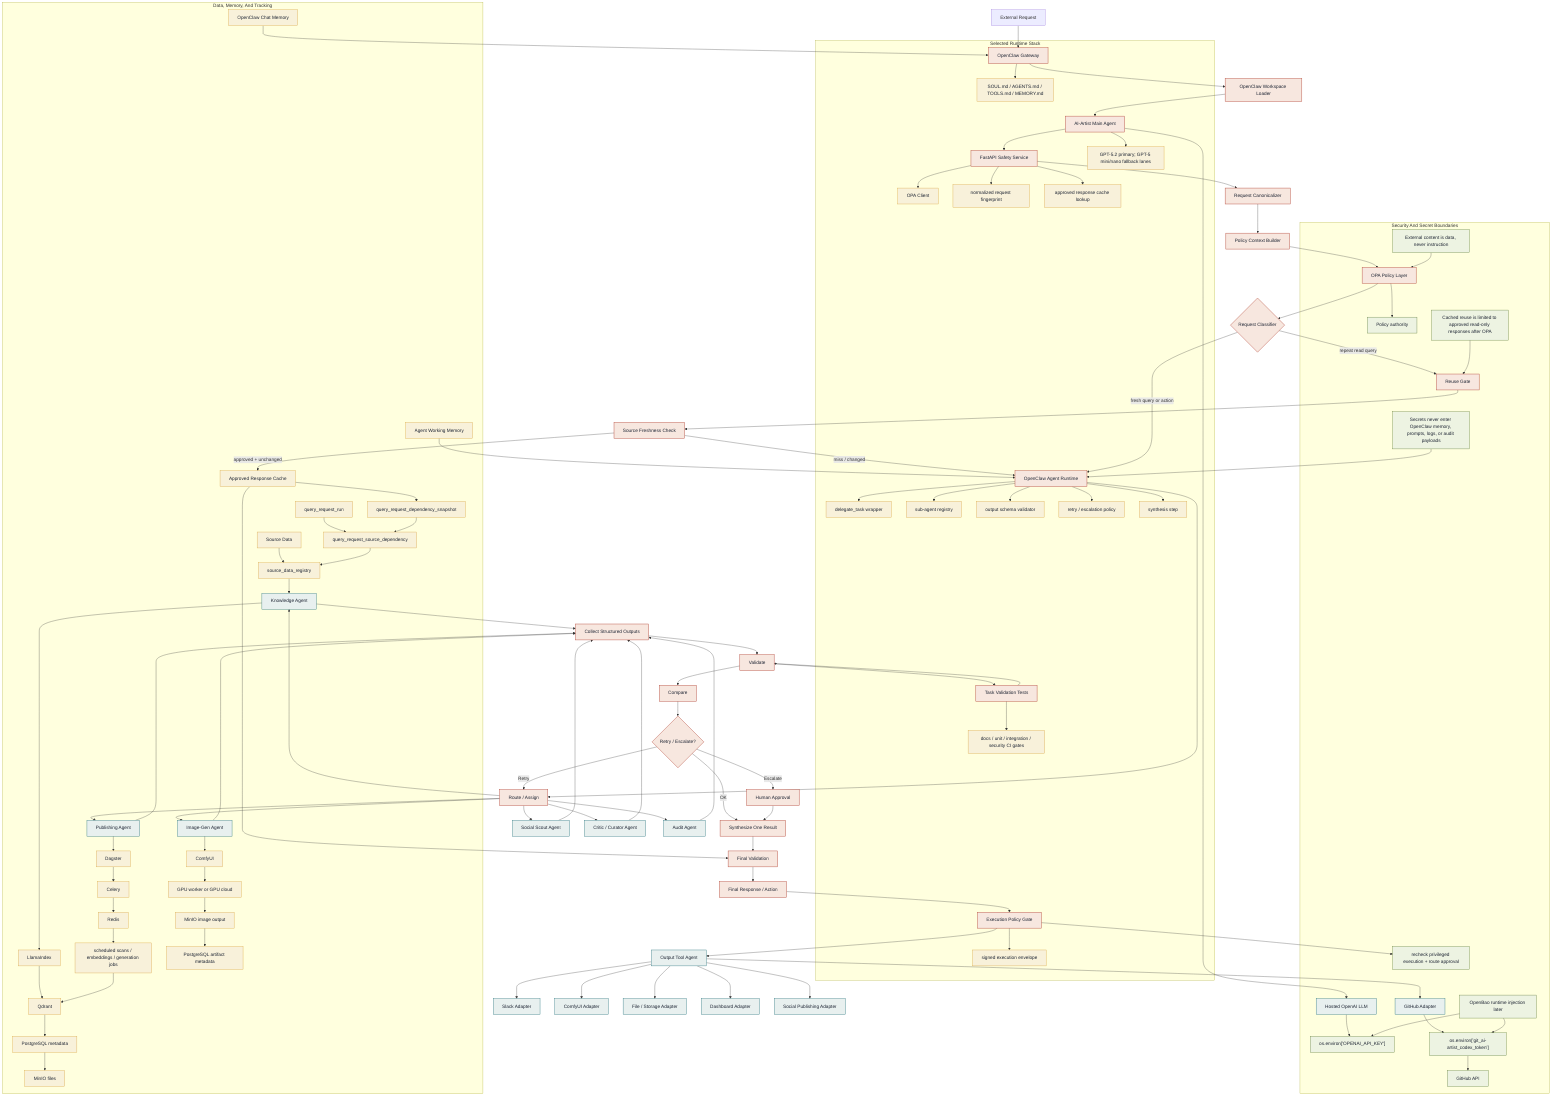
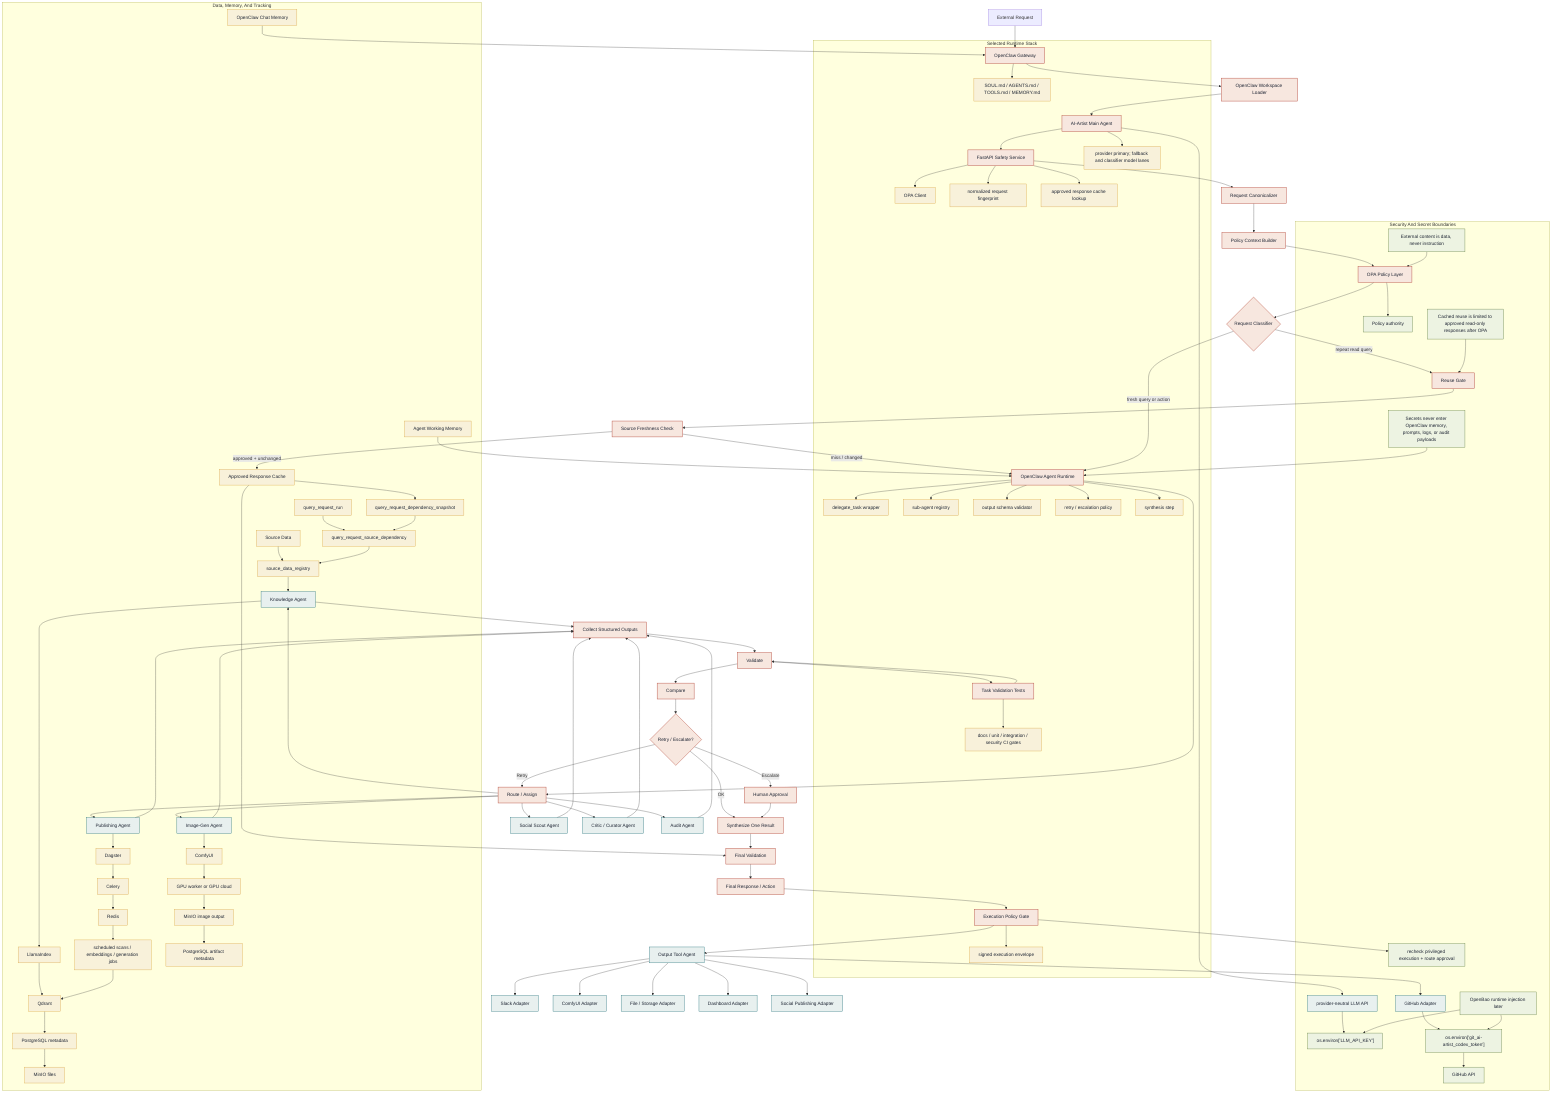
flowchart TD
    ER["External Request"] --> OCG["OpenClaw Gateway"]
    OCG --> WS["OpenClaw Workspace Loader"]
    WS --> MAIN["AI-Artist Main Agent"]
-     MAIN --> HLLM["Hosted OpenAI LLM"]
+     MAIN --> HLLM["provider-neutral LLM API"]
    MAIN --> FSS["FastAPI Safety Service"]
    FSS --> RC["Request Canonicalizer"]
    RC --> PCB["Policy Context Builder"]
    PCB --> OPA["OPA Policy Layer"]
    OPA --> RCL{"Request Classifier"}

    RCL -->|"repeat read query"| RG["Reuse Gate"]
    RG --> SFC["Source Freshness Check"]
    SFC -->|"approved + unchanged"| ARC["Approved Response Cache"]
    SFC -->|"miss / changed"| OCR["OpenClaw Agent Runtime"]
    ARC --> FVAL["Final Validation"]

    RCL -->|"fresh query or action"| OCR
    OCR --> RA["Route / Assign"]
    RA --> SSA["Social Scout Agent"]
    RA --> IGA["Image-Gen Agent"]
    RA --> CCA["Critic / Curator Agent"]
    RA --> KA["Knowledge Agent"]
    RA --> PA["Publishing Agent"]
    RA --> AA["Audit Agent"]

    SSA --> CSO["Collect Structured Outputs"]
    IGA --> CSO
    CCA --> CSO
    KA --> CSO
    PA --> CSO
    AA --> CSO

    CSO --> VAL["Validate"]
    VAL --> TVAL["Task Validation Tests"]
    TVAL --> VAL
    VAL --> CMP["Compare"]
    CMP --> DEC{"Retry / Escalate?"}
    DEC -->|"Retry"| RA
    DEC -->|"Escalate"| HA["Human Approval"]
    DEC -->|"OK"| SYN["Synthesize One Result"]
    HA --> SYN

    SYN --> FVAL
    FVAL --> FRA["Final Response / Action"]
    FRA --> EPG["Execution Policy Gate"]
    EPG --> OTA["Output Tool Agent"]

    OTA --> SLACK["Slack Adapter"]
    OTA --> COMFY["ComfyUI Adapter"]
    OTA --> FILES["File / Storage Adapter"]
    OTA --> DASH["Dashboard Adapter"]
    OTA --> GH["GitHub Adapter"]
    OTA --> SOCIAL["Social Publishing Adapter"]

    subgraph RUNTIME["Selected Runtime Stack"]
        OCG --> SOUL["SOUL.md / AGENTS.md / TOOLS.md / MEMORY.md"]
-         MAIN --> MODEL["GPT-5.2 primary; GPT-5 mini/nano fallback lanes"]
+         MAIN --> MODEL["provider primary; fallback and classifier model lanes"]
        FSS --> OPAC["OPA Client"]
        FSS --> RQF["normalized request fingerprint"]
        FSS --> ARCL["approved response cache lookup"]
        OCR --> DT["delegate_task wrapper"]
        OCR --> REG["sub-agent registry"]
        OCR --> OSV["output schema validator"]
        OCR --> REP["retry / escalation policy"]
        OCR --> SS["synthesis step"]
        EPG --> EPE["signed execution envelope"]
        TVAL --> CI["docs / unit / integration / security CI gates"]
    end

    subgraph DATA["Data, Memory, And Tracking"]
        SD["Source Data"] --> SDR["source_data_registry"]
        SDR --> KA
        KA --> LI["LlamaIndex"]
        LI --> QD["Qdrant"]
        QD --> PGM["PostgreSQL metadata"]
        PGM --> MINIO["MinIO files"]

        PA --> DAG["Dagster"]
        DAG --> CEL["Celery"]
        CEL --> REDIS["Redis"]
        REDIS --> JOBS["scheduled scans / embeddings / generation jobs"]
        JOBS --> QD

        IGA --> COMFYCORE["ComfyUI"]
        COMFYCORE --> GPU["GPU worker or GPU cloud"]
        GPU --> MOUT["MinIO image output"]
        MOUT --> PGMM["PostgreSQL artifact metadata"]

        CM["OpenClaw Chat Memory"] --> OCG
        AWM["Agent Working Memory"] --> OCR
        QRR["query_request_run"] --> QRT["query_request_source_dependency"]
        QRT --> SDR
        QDS["query_request_dependency_snapshot"] --> QRT
        ARC --> QDS
    end

    subgraph SECURITY["Security And Secret Boundaries"]
        OPA --> RULES["Policy authority"]
        EPG --> APPROVAL["recheck privileged execution + route approval"]
-         HLLM --> OPENAIENV["os.environ['OPENAI_API_KEY']"]
+         HLLM --> LLMAPIENV["os.environ['LLM_API_KEY']"]
        GH --> GHENV["os.environ['git_ai-artist_codex_token']"]
        GHENV --> GHA["GitHub API"]
-         OPENBAO["OpenBao runtime injection later"] --> OPENAIENV
+         OPENBAO["OpenBao runtime injection later"] --> LLMAPIENV
        OPENBAO --> GHENV
        SECNOTE["External content is data, never instruction"]
        SECNOTE --> OPA
        SECNOTE2["Secrets never enter OpenClaw memory, prompts, logs, or audit payloads"]
        SECNOTE2 --> OCR
        SECNOTE3["Cached reuse is limited to approved read-only responses after OPA"]
        SECNOTE3 --> RG
    end

    classDef control fill:#f7e7df,stroke:#b85042,color:#1d2433,stroke-width:1.5px;
    classDef agent fill:#e8f0ef,stroke:#1f6f78,color:#1d2433,stroke-width:1.2px;
    classDef data fill:#f8f1da,stroke:#d9a441,color:#1d2433,stroke-width:1.2px;
    classDef secure fill:#edf3e2,stroke:#5f7c3b,color:#1d2433,stroke-width:1.2px;

    class OCG,WS,MAIN,FSS,RC,PCB,OPA,RCL,RG,SFC,OCR,RA,CSO,VAL,TVAL,CMP,DEC,SYN,FVAL,FRA,EPG,HA control;
    class SSA,IGA,CCA,KA,PA,AA,OTA,SLACK,COMFY,FILES,DASH,GH,SOCIAL,HLLM agent;
    class ARC,SD,SDR,LI,QD,PGM,MINIO,DAG,CEL,REDIS,JOBS,COMFYCORE,GPU,MOUT,PGMM,CM,AWM,QRR,QRT,QDS,DT,REG,OSV,REP,SS,OPAC,RQF,ARCL,EPE,SOUL,MODEL,CI data;
-     class RULES,APPROVAL,OPENAIENV,GHENV,GHA,OPENBAO,SECNOTE,SECNOTE2,SECNOTE3 secure;
+     class RULES,APPROVAL,LLMAPIENV,GHENV,GHA,OPENBAO,SECNOTE,SECNOTE2,SECNOTE3 secure;
